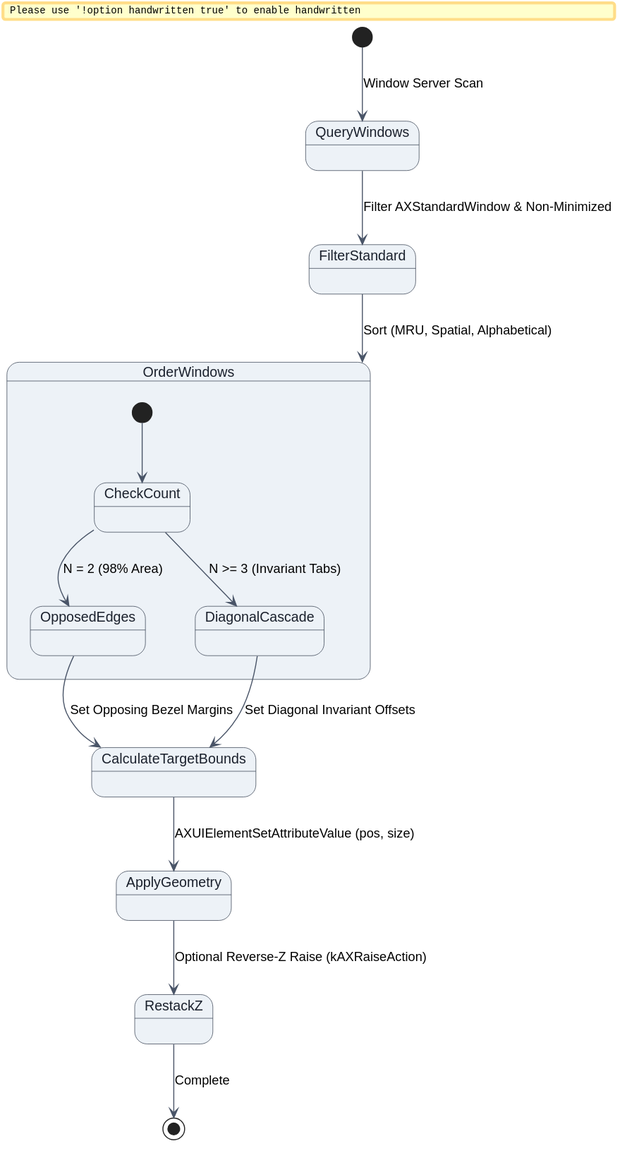
Above: docs/specs/diagrams/01a0f7ec7c122619/engine-flow.svg in brunobrise/cascade (PlantUML), before the change. The source it was exported from:
```plantuml
@startuml
skinparam backgroundColor transparent
skinparam handwritten false
skinparam defaultFontName Helvetica
skinparam shadowing false

skinparam state {
    BorderColor #2D3748
    FontColor #1A202C
    BackgroundColor #EDF2F7
    ArrowColor #4A5568
}

[*] --> QueryWindows : Window Server Scan
QueryWindows --> FilterStandard : Filter AXStandardWindow & Non-Minimized
FilterStandard --> OrderWindows : Sort (MRU, Spatial, Alphabetical)

state OrderWindows {
    [*] --> CheckCount
    CheckCount --> OpposedEdges : N = 2 (98% Area)
    CheckCount --> DiagonalCascade : N >= 3 (Invariant Tabs)
}

OpposedEdges --> CalculateTargetBounds : Set Opposing Bezel Margins
DiagonalCascade --> CalculateTargetBounds : Set Diagonal Invariant Offsets

CalculateTargetBounds --> ApplyGeometry : AXUIElementSetAttributeValue (pos, size)
ApplyGeometry --> RestackZ : Optional Reverse-Z Raise (kAXRaiseAction)
RestackZ --> [*] : Complete
@enduml
```
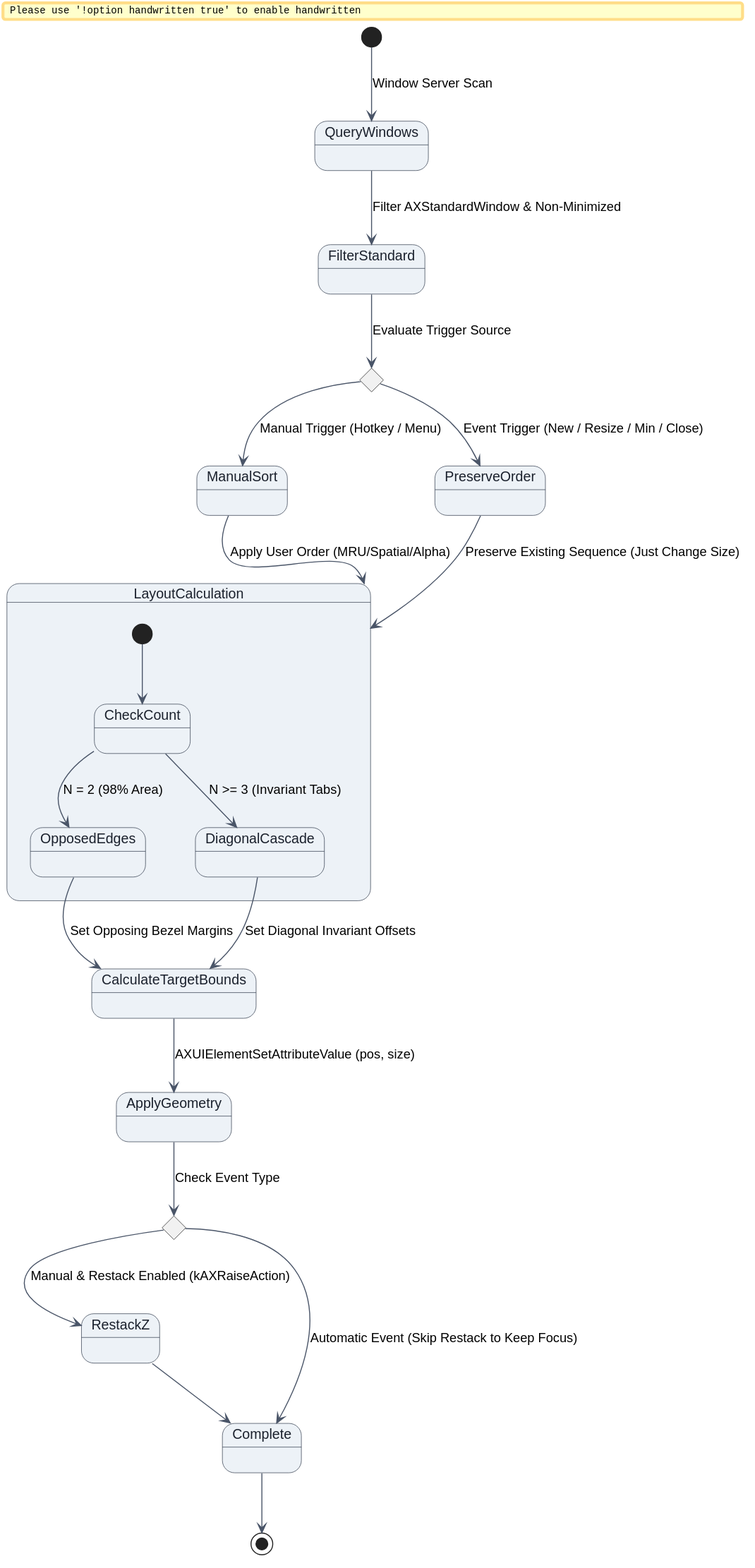
After the change.

What changed in the source:
```diff
@@ -13,9 +13,17 @@
 
 [*] --> QueryWindows : Window Server Scan
 QueryWindows --> FilterStandard : Filter AXStandardWindow & Non-Minimized
-FilterStandard --> OrderWindows : Sort (MRU, Spatial, Alphabetical)
 
-state OrderWindows {
+state TriggerBranch <<choice>>
+FilterStandard --> TriggerBranch : Evaluate Trigger Source
+
+TriggerBranch --> ManualSort : Manual Trigger (Hotkey / Menu)
+TriggerBranch --> PreserveOrder : Event Trigger (New / Resize / Min / Close)
+
+ManualSort --> LayoutCalculation : Apply User Order (MRU/Spatial/Alpha)
+PreserveOrder --> LayoutCalculation : Preserve Existing Sequence (Just Change Size)
+
+state LayoutCalculation {
     [*] --> CheckCount
     CheckCount --> OpposedEdges : N = 2 (98% Area)
     CheckCount --> DiagonalCascade : N >= 3 (Invariant Tabs)
@@ -25,6 +33,13 @@
 DiagonalCascade --> CalculateTargetBounds : Set Diagonal Invariant Offsets
 
 CalculateTargetBounds --> ApplyGeometry : AXUIElementSetAttributeValue (pos, size)
-ApplyGeometry --> RestackZ : Optional Reverse-Z Raise (kAXRaiseAction)
-RestackZ --> [*] : Complete
+
+state RestackBranch <<choice>>
+ApplyGeometry --> RestackBranch : Check Event Type
+
+RestackBranch --> RestackZ : Manual & Restack Enabled (kAXRaiseAction)
+RestackBranch --> Complete : Automatic Event (Skip Restack to Keep Focus)
+
+RestackZ --> Complete
+Complete --> [*]
 @enduml
```
